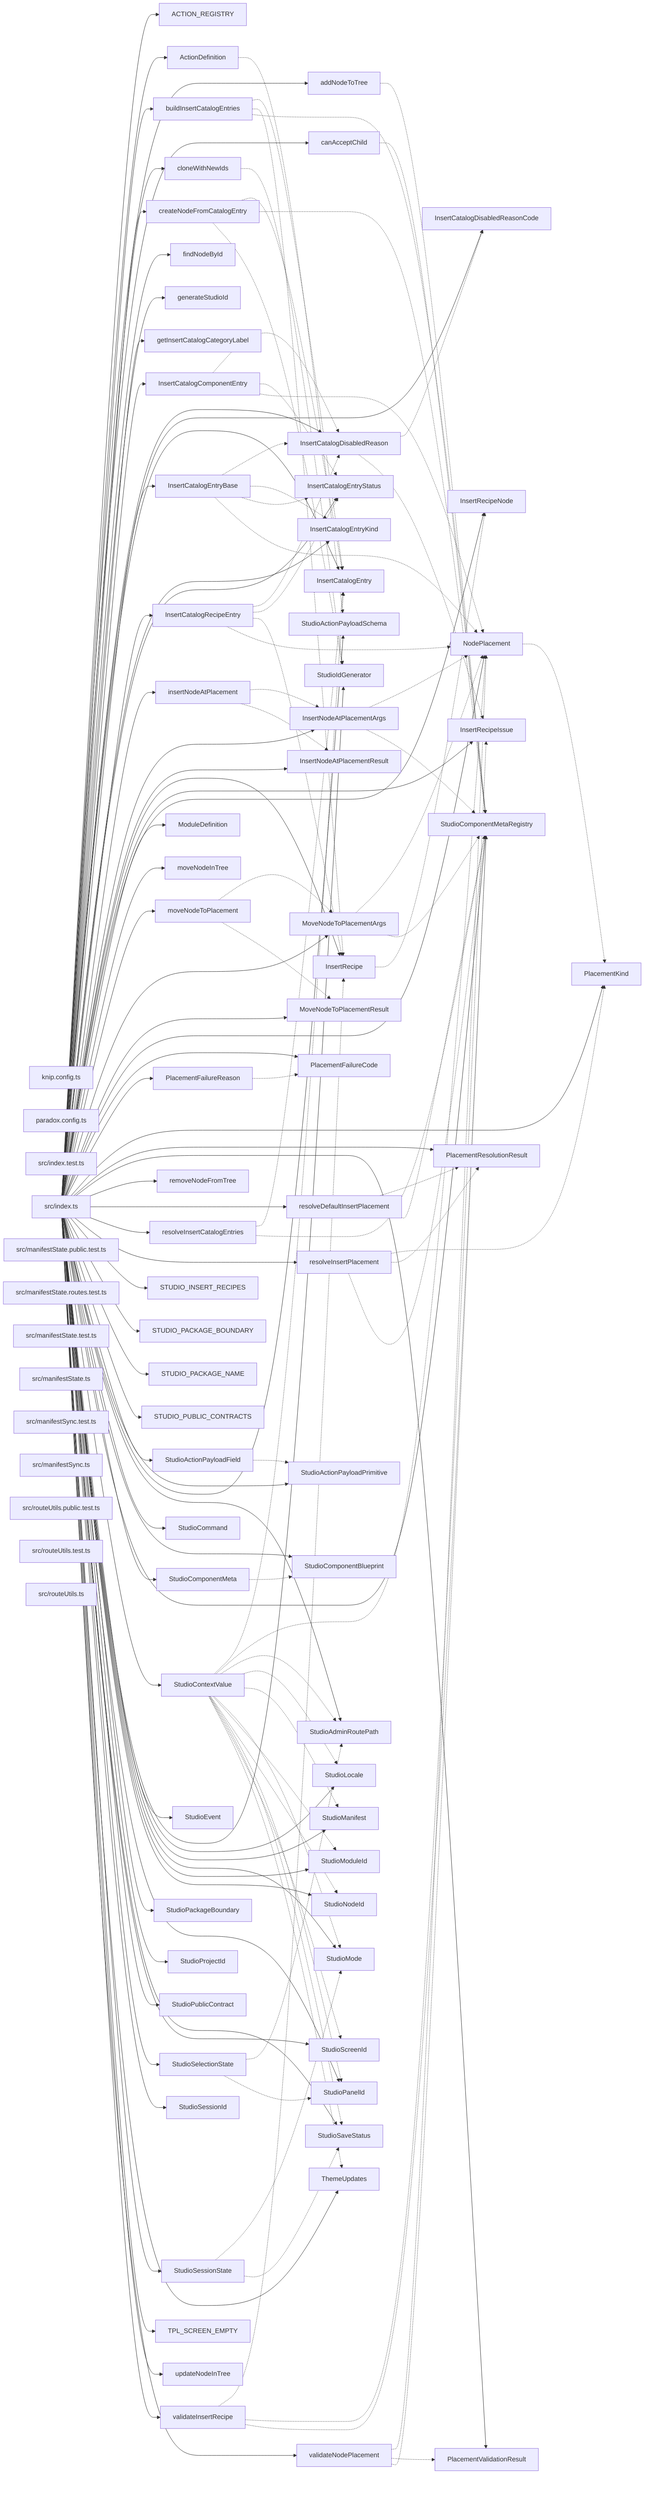
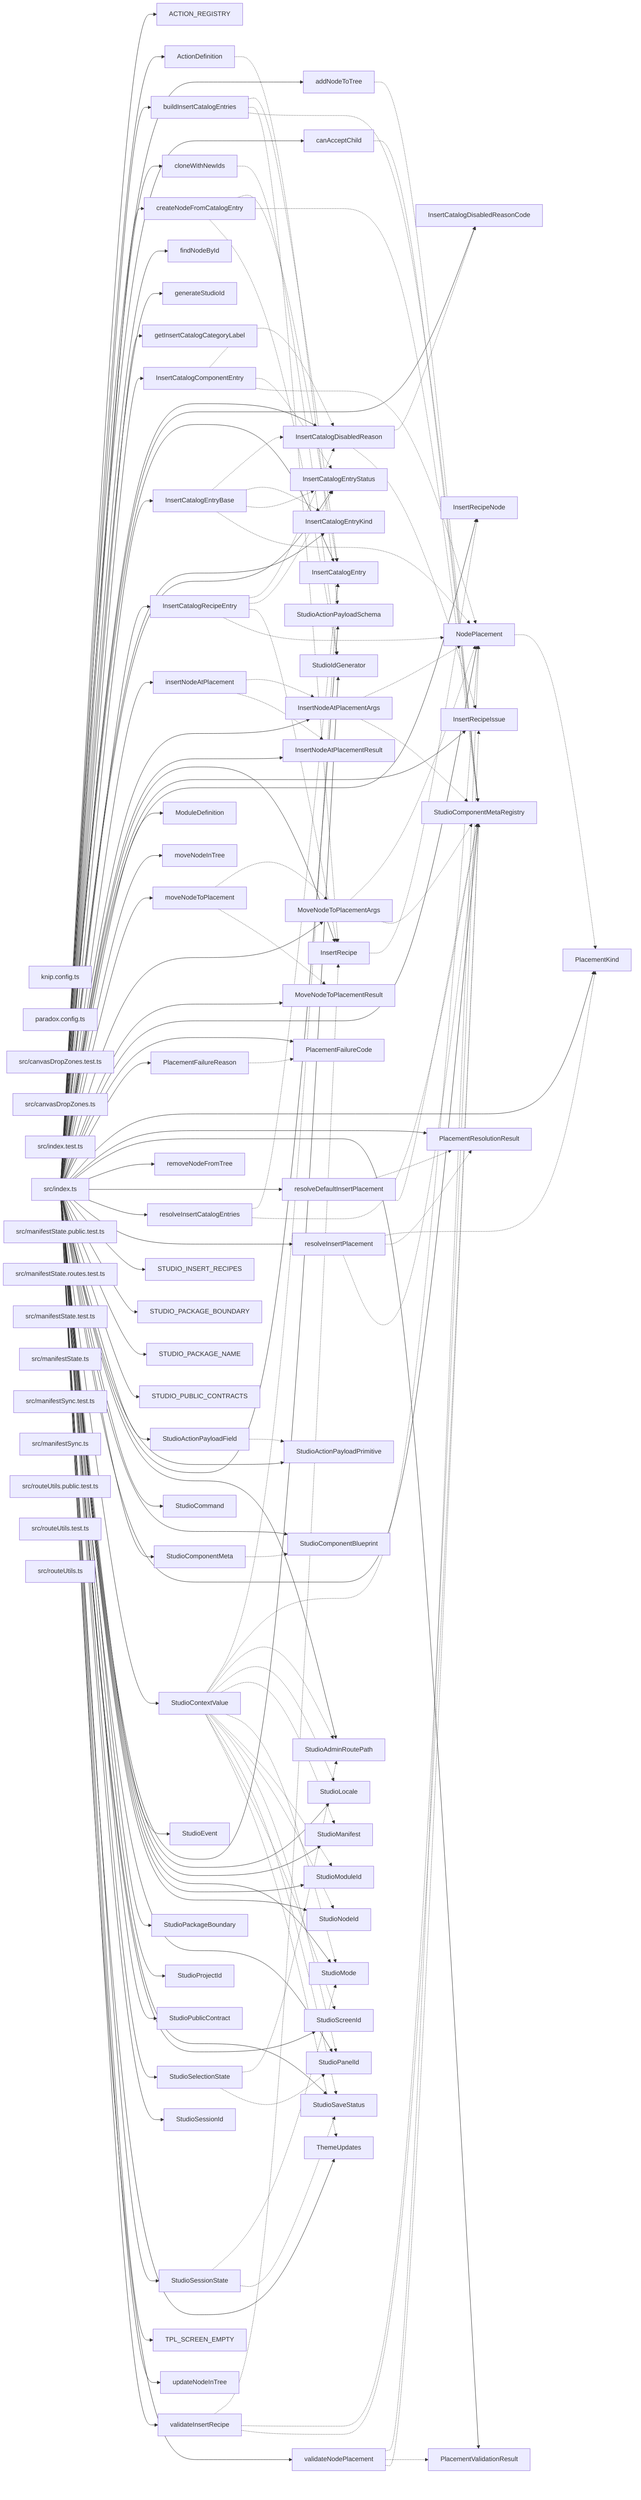
graph LR
  module_knip_config_ts["knip.config.ts"]
  module_paradox_config_ts["paradox.config.ts"]
+   module_src_canvasDropZones_test_ts["src/canvasDropZones.test.ts"]
+   module_src_canvasDropZones_ts["src/canvasDropZones.ts"]
  module_src_index_test_ts["src/index.test.ts"]
  module_src_index_ts["src/index.ts"]
  module_src_manifestState_public_test_ts["src/manifestState.public.test.ts"]
  module_src_manifestState_routes_test_ts["src/manifestState.routes.test.ts"]
  module_src_manifestState_test_ts["src/manifestState.test.ts"]
  module_src_manifestState_ts["src/manifestState.ts"]
  module_src_manifestSync_test_ts["src/manifestSync.test.ts"]
  module_src_manifestSync_ts["src/manifestSync.ts"]
  module_src_routeUtils_public_test_ts["src/routeUtils.public.test.ts"]
  module_src_routeUtils_test_ts["src/routeUtils.test.ts"]
  module_src_routeUtils_ts["src/routeUtils.ts"]
  export_ACTION_REGISTRY["ACTION_REGISTRY"]
  module_src_index_ts --> export_ACTION_REGISTRY
  export_ActionDefinition["ActionDefinition"]
  module_src_index_ts --> export_ActionDefinition
  export_ActionDefinition -.-> export_StudioActionPayloadSchema
  export_addNodeToTree["addNodeToTree"]
  module_src_index_ts --> export_addNodeToTree
  export_addNodeToTree -.-> export_StudioComponentMetaRegistry
  export_buildInsertCatalogEntries["buildInsertCatalogEntries"]
  module_src_index_ts --> export_buildInsertCatalogEntries
  export_buildInsertCatalogEntries -.-> export_InsertCatalogEntry
  export_buildInsertCatalogEntries -.-> export_InsertRecipe
  export_buildInsertCatalogEntries -.-> export_StudioComponentMetaRegistry
  export_canAcceptChild["canAcceptChild"]
  module_src_index_ts --> export_canAcceptChild
  export_canAcceptChild -.-> export_StudioComponentMetaRegistry
  export_cloneWithNewIds["cloneWithNewIds"]
  module_src_index_ts --> export_cloneWithNewIds
  export_cloneWithNewIds -.-> export_StudioIdGenerator
  export_createNodeFromCatalogEntry["createNodeFromCatalogEntry"]
  module_src_index_ts --> export_createNodeFromCatalogEntry
  export_createNodeFromCatalogEntry -.-> export_InsertCatalogEntry
  export_createNodeFromCatalogEntry -.-> export_StudioComponentMetaRegistry
  export_createNodeFromCatalogEntry -.-> export_StudioIdGenerator
  export_findNodeById["findNodeById"]
  module_src_index_ts --> export_findNodeById
  export_generateStudioId["generateStudioId"]
  module_src_index_ts --> export_generateStudioId
  export_getInsertCatalogCategoryLabel["getInsertCatalogCategoryLabel"]
  module_src_index_ts --> export_getInsertCatalogCategoryLabel
  export_InsertCatalogComponentEntry["InsertCatalogComponentEntry"]
  module_src_index_ts --> export_InsertCatalogComponentEntry
  export_InsertCatalogComponentEntry -.-> export_InsertCatalogDisabledReason
  export_InsertCatalogComponentEntry -.-> export_InsertCatalogEntryStatus
  export_InsertCatalogComponentEntry -.-> export_NodePlacement
  export_InsertCatalogDisabledReason["InsertCatalogDisabledReason"]
  module_src_index_ts --> export_InsertCatalogDisabledReason
  export_InsertCatalogDisabledReason -.-> export_InsertCatalogDisabledReasonCode
  export_InsertCatalogDisabledReason -.-> export_InsertRecipeIssue
  export_InsertCatalogDisabledReasonCode["InsertCatalogDisabledReasonCode"]
  module_src_index_ts --> export_InsertCatalogDisabledReasonCode
  export_InsertCatalogEntry["InsertCatalogEntry"]
  module_src_index_ts --> export_InsertCatalogEntry
  export_InsertCatalogEntryBase["InsertCatalogEntryBase"]
  module_src_index_ts --> export_InsertCatalogEntryBase
  export_InsertCatalogEntryBase -.-> export_InsertCatalogDisabledReason
  export_InsertCatalogEntryBase -.-> export_InsertCatalogEntryKind
  export_InsertCatalogEntryBase -.-> export_InsertCatalogEntryStatus
  export_InsertCatalogEntryBase -.-> export_NodePlacement
  export_InsertCatalogEntryKind["InsertCatalogEntryKind"]
  module_src_index_ts --> export_InsertCatalogEntryKind
  export_InsertCatalogEntryStatus["InsertCatalogEntryStatus"]
  module_src_index_ts --> export_InsertCatalogEntryStatus
  export_InsertCatalogRecipeEntry["InsertCatalogRecipeEntry"]
  module_src_index_ts --> export_InsertCatalogRecipeEntry
  export_InsertCatalogRecipeEntry -.-> export_InsertCatalogDisabledReason
  export_InsertCatalogRecipeEntry -.-> export_InsertCatalogEntryStatus
  export_InsertCatalogRecipeEntry -.-> export_InsertRecipe
  export_InsertCatalogRecipeEntry -.-> export_NodePlacement
  export_insertNodeAtPlacement["insertNodeAtPlacement"]
  module_src_index_ts --> export_insertNodeAtPlacement
  export_insertNodeAtPlacement -.-> export_InsertNodeAtPlacementArgs
  export_insertNodeAtPlacement -.-> export_InsertNodeAtPlacementResult
  export_InsertNodeAtPlacementArgs["InsertNodeAtPlacementArgs"]
  module_src_index_ts --> export_InsertNodeAtPlacementArgs
  export_InsertNodeAtPlacementArgs -.-> export_NodePlacement
  export_InsertNodeAtPlacementArgs -.-> export_StudioComponentMetaRegistry
  export_InsertNodeAtPlacementResult["InsertNodeAtPlacementResult"]
  module_src_index_ts --> export_InsertNodeAtPlacementResult
  export_InsertRecipe["InsertRecipe"]
  module_src_index_ts --> export_InsertRecipe
  export_InsertRecipe -.-> export_InsertRecipeNode
  export_InsertRecipeIssue["InsertRecipeIssue"]
  module_src_index_ts --> export_InsertRecipeIssue
  export_InsertRecipeNode["InsertRecipeNode"]
  module_src_index_ts --> export_InsertRecipeNode
  export_ModuleDefinition["ModuleDefinition"]
  module_src_index_ts --> export_ModuleDefinition
  export_moveNodeInTree["moveNodeInTree"]
  module_src_index_ts --> export_moveNodeInTree
  export_moveNodeToPlacement["moveNodeToPlacement"]
  module_src_index_ts --> export_moveNodeToPlacement
  export_moveNodeToPlacement -.-> export_MoveNodeToPlacementArgs
  export_moveNodeToPlacement -.-> export_MoveNodeToPlacementResult
  export_MoveNodeToPlacementArgs["MoveNodeToPlacementArgs"]
  module_src_index_ts --> export_MoveNodeToPlacementArgs
  export_MoveNodeToPlacementArgs -.-> export_NodePlacement
  export_MoveNodeToPlacementArgs -.-> export_StudioComponentMetaRegistry
  export_MoveNodeToPlacementResult["MoveNodeToPlacementResult"]
  module_src_index_ts --> export_MoveNodeToPlacementResult
  export_NodePlacement["NodePlacement"]
  module_src_index_ts --> export_NodePlacement
  export_NodePlacement -.-> export_PlacementKind
  export_PlacementFailureCode["PlacementFailureCode"]
  module_src_index_ts --> export_PlacementFailureCode
  export_PlacementFailureReason["PlacementFailureReason"]
  module_src_index_ts --> export_PlacementFailureReason
  export_PlacementFailureReason -.-> export_PlacementFailureCode
  export_PlacementKind["PlacementKind"]
  module_src_index_ts --> export_PlacementKind
  export_PlacementResolutionResult["PlacementResolutionResult"]
  module_src_index_ts --> export_PlacementResolutionResult
  export_PlacementValidationResult["PlacementValidationResult"]
  module_src_index_ts --> export_PlacementValidationResult
  export_removeNodeFromTree["removeNodeFromTree"]
  module_src_index_ts --> export_removeNodeFromTree
  export_resolveDefaultInsertPlacement["resolveDefaultInsertPlacement"]
  module_src_index_ts --> export_resolveDefaultInsertPlacement
  export_resolveDefaultInsertPlacement -.-> export_PlacementResolutionResult
  export_resolveDefaultInsertPlacement -.-> export_StudioComponentMetaRegistry
  export_resolveInsertCatalogEntries["resolveInsertCatalogEntries"]
  module_src_index_ts --> export_resolveInsertCatalogEntries
  export_resolveInsertCatalogEntries -.-> export_InsertCatalogEntry
  export_resolveInsertCatalogEntries -.-> export_StudioComponentMetaRegistry
  export_resolveInsertPlacement["resolveInsertPlacement"]
  module_src_index_ts --> export_resolveInsertPlacement
  export_resolveInsertPlacement -.-> export_PlacementKind
  export_resolveInsertPlacement -.-> export_PlacementResolutionResult
  export_resolveInsertPlacement -.-> export_StudioComponentMetaRegistry
  export_STUDIO_INSERT_RECIPES["STUDIO_INSERT_RECIPES"]
  module_src_index_ts --> export_STUDIO_INSERT_RECIPES
  export_STUDIO_PACKAGE_BOUNDARY["STUDIO_PACKAGE_BOUNDARY"]
  module_src_index_ts --> export_STUDIO_PACKAGE_BOUNDARY
  export_STUDIO_PACKAGE_NAME["STUDIO_PACKAGE_NAME"]
  module_src_index_ts --> export_STUDIO_PACKAGE_NAME
  export_STUDIO_PUBLIC_CONTRACTS["STUDIO_PUBLIC_CONTRACTS"]
  module_src_index_ts --> export_STUDIO_PUBLIC_CONTRACTS
  export_StudioActionPayloadField["StudioActionPayloadField"]
  module_src_index_ts --> export_StudioActionPayloadField
  export_StudioActionPayloadField -.-> export_StudioActionPayloadPrimitive
  export_StudioActionPayloadPrimitive["StudioActionPayloadPrimitive"]
  module_src_index_ts --> export_StudioActionPayloadPrimitive
  export_StudioActionPayloadSchema["StudioActionPayloadSchema"]
  module_src_index_ts --> export_StudioActionPayloadSchema
  export_StudioAdminRoutePath["StudioAdminRoutePath"]
  module_src_index_ts --> export_StudioAdminRoutePath
  export_StudioCommand["StudioCommand"]
  module_src_index_ts --> export_StudioCommand
  export_StudioComponentBlueprint["StudioComponentBlueprint"]
  module_src_index_ts --> export_StudioComponentBlueprint
  export_StudioComponentMeta["StudioComponentMeta"]
  module_src_index_ts --> export_StudioComponentMeta
  export_StudioComponentMeta -.-> export_StudioComponentBlueprint
  export_StudioComponentMetaRegistry["StudioComponentMetaRegistry"]
  module_src_index_ts --> export_StudioComponentMetaRegistry
  export_StudioContextValue["StudioContextValue"]
  module_src_index_ts --> export_StudioContextValue
  export_StudioContextValue -.-> export_InsertCatalogEntry
  export_StudioContextValue -.-> export_NodePlacement
  export_StudioContextValue -.-> export_StudioAdminRoutePath
  export_StudioContextValue -.-> export_StudioLocale
  export_StudioContextValue -.-> export_StudioManifest
  export_StudioContextValue -.-> export_StudioMode
  export_StudioContextValue -.-> export_StudioModuleId
  export_StudioContextValue -.-> export_StudioNodeId
  export_StudioContextValue -.-> export_StudioPanelId
  export_StudioContextValue -.-> export_StudioSaveStatus
  export_StudioContextValue -.-> export_StudioScreenId
  export_StudioContextValue -.-> export_ThemeUpdates
  export_StudioEvent["StudioEvent"]
  module_src_index_ts --> export_StudioEvent
  export_StudioIdGenerator["StudioIdGenerator"]
  module_src_index_ts --> export_StudioIdGenerator
  export_StudioLocale["StudioLocale"]
  module_src_index_ts --> export_StudioLocale
  export_StudioManifest["StudioManifest"]
  module_src_index_ts --> export_StudioManifest
  export_StudioMode["StudioMode"]
  module_src_index_ts --> export_StudioMode
  export_StudioModuleId["StudioModuleId"]
  module_src_index_ts --> export_StudioModuleId
  export_StudioNodeId["StudioNodeId"]
  module_src_index_ts --> export_StudioNodeId
  export_StudioPackageBoundary["StudioPackageBoundary"]
  module_src_index_ts --> export_StudioPackageBoundary
  export_StudioPanelId["StudioPanelId"]
  module_src_index_ts --> export_StudioPanelId
  export_StudioProjectId["StudioProjectId"]
  module_src_index_ts --> export_StudioProjectId
  export_StudioPublicContract["StudioPublicContract"]
  module_src_index_ts --> export_StudioPublicContract
  export_StudioSaveStatus["StudioSaveStatus"]
  module_src_index_ts --> export_StudioSaveStatus
  export_StudioScreenId["StudioScreenId"]
  module_src_index_ts --> export_StudioScreenId
  export_StudioSelectionState["StudioSelectionState"]
  module_src_index_ts --> export_StudioSelectionState
  export_StudioSelectionState -.-> export_StudioAdminRoutePath
  export_StudioSelectionState -.-> export_StudioPanelId
  export_StudioSessionId["StudioSessionId"]
  module_src_index_ts --> export_StudioSessionId
  export_StudioSessionState["StudioSessionState"]
  module_src_index_ts --> export_StudioSessionState
  export_StudioSessionState -.-> export_StudioMode
  export_StudioSessionState -.-> export_StudioSaveStatus
  export_ThemeUpdates["ThemeUpdates"]
  module_src_index_ts --> export_ThemeUpdates
  export_TPL_SCREEN_EMPTY["TPL_SCREEN_EMPTY"]
  module_src_index_ts --> export_TPL_SCREEN_EMPTY
  export_updateNodeInTree["updateNodeInTree"]
  module_src_index_ts --> export_updateNodeInTree
  export_validateInsertRecipe["validateInsertRecipe"]
  module_src_index_ts --> export_validateInsertRecipe
  export_validateInsertRecipe -.-> export_InsertRecipe
  export_validateInsertRecipe -.-> export_InsertRecipeIssue
  export_validateInsertRecipe -.-> export_StudioComponentMetaRegistry
  export_validateNodePlacement["validateNodePlacement"]
  module_src_index_ts --> export_validateNodePlacement
  export_validateNodePlacement -.-> export_NodePlacement
  export_validateNodePlacement -.-> export_PlacementValidationResult
  export_validateNodePlacement -.-> export_StudioComponentMetaRegistry
